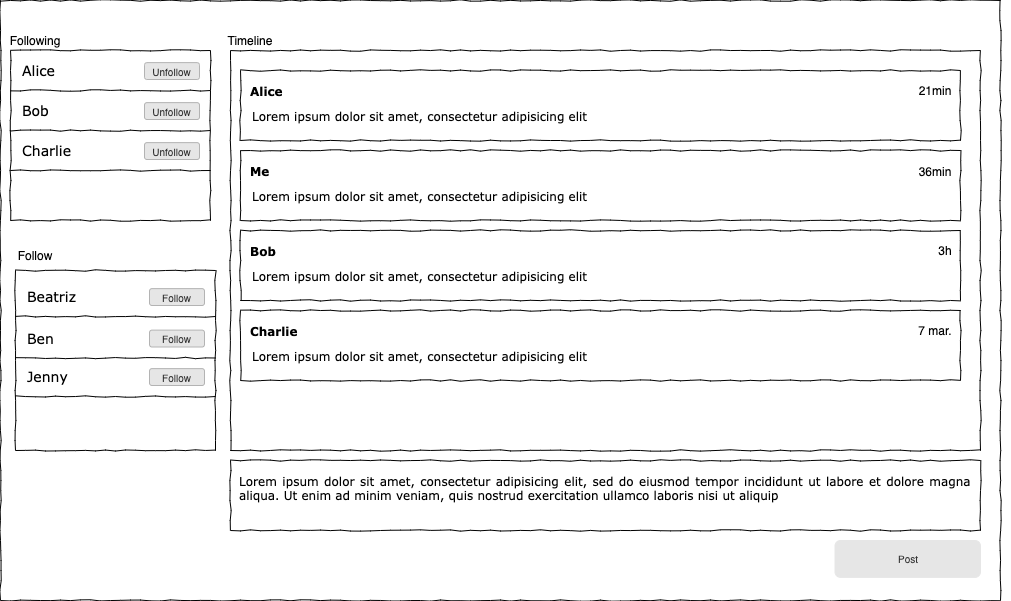
tomirodriguez/firebase-web-twitter keeps this draw.io diagram as resources/wireframe.png. Above is the earlier version. Source tidied: cells renumbered, new cells last; positions are measured from the earlier drawing's top-left corner, leaving out a move shared by most shapes.
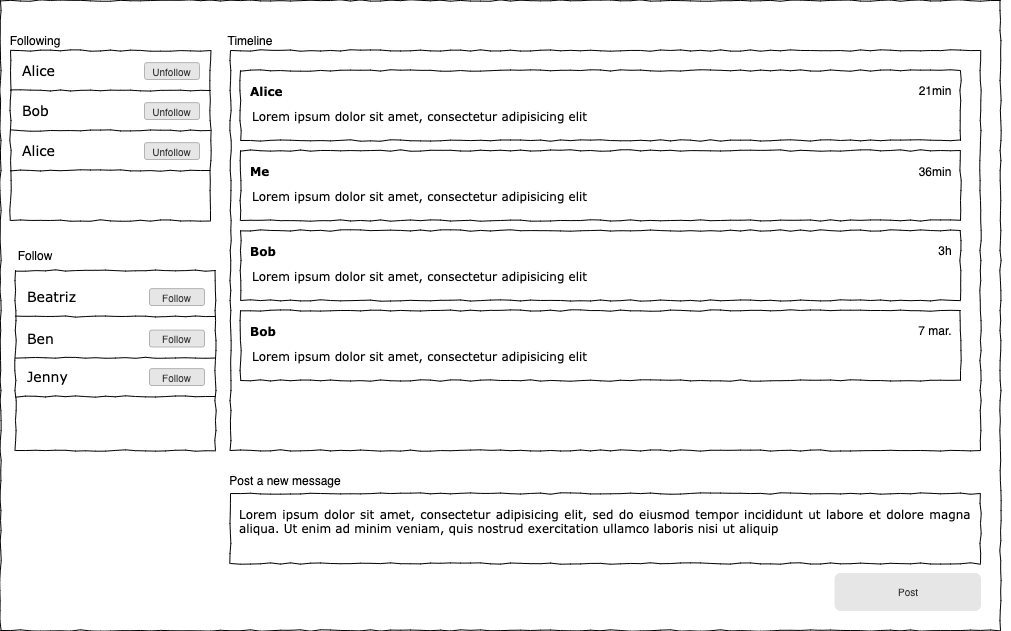
Above is the later version.

Change to the diagram source:
```diff
@@ -3,13 +3,13 @@
     <mxCell id="0" />
     <mxCell id="1" parent="0" />
     <mxCell id="2" style="whiteSpace=wrap;html=1;rounded=0;shadow=0;labelBackgroundColor=none;strokeColor=#000000;strokeWidth=1;fillColor=none;fontFamily=Verdana;fontSize=12;fontColor=#000000;align=center;comic=1;" parent="1" vertex="1">
-      <mxGeometry width="1000" height="600" as="geometry" />
+      <mxGeometry width="1000" height="630" as="geometry" />
     </mxCell>
     <mxCell id="3" style="whiteSpace=wrap;html=1;rounded=0;shadow=0;labelBackgroundColor=none;strokeWidth=1;fillColor=none;fontFamily=Verdana;fontSize=12;align=center;comic=1;" parent="1" vertex="1">
       <mxGeometry x="10" y="50" width="200" height="170" as="geometry" />
     </mxCell>
     <mxCell id="4" value="&lt;div style=&quot;text-align: justify&quot;&gt;&lt;span&gt;Lorem ipsum dolor sit amet, consectetur adipisicing elit, sed do eiusmod tempor incididunt ut labore et dolore magna aliqua. Ut enim ad minim veniam, quis nostrud exercitation ullamco laboris nisi ut aliquip&amp;nbsp;&lt;br&gt;&lt;/span&gt;&lt;/div&gt;" style="whiteSpace=wrap;html=1;rounded=0;shadow=0;labelBackgroundColor=none;strokeWidth=1;fillColor=none;fontFamily=Verdana;fontSize=12;align=center;verticalAlign=top;spacing=10;comic=1;" parent="1" vertex="1">
-      <mxGeometry x="230" y="460" width="750" height="70" as="geometry" />
+      <mxGeometry x="230" y="493" width="750" height="70" as="geometry" />
     </mxCell>
     <mxCell id="5" style="whiteSpace=wrap;html=1;rounded=0;shadow=0;labelBackgroundColor=none;strokeWidth=1;fillColor=none;fontFamily=Verdana;fontSize=12;align=center;comic=1;" parent="1" vertex="1">
       <mxGeometry x="230" y="50" width="750" height="400" as="geometry" />
@@ -30,7 +30,7 @@
       <mxGeometry x="230" y="30" width="40" height="20" as="geometry" />
     </mxCell>
     <mxCell id="11" value="Post" style="rounded=1;html=1;shadow=0;dashed=0;whiteSpace=wrap;fontSize=10;fillColor=#E6E6E6;align=center;strokeColor=#E6E6E6;fontColor=#333333;" parent="1" vertex="1">
-      <mxGeometry x="834.5" y="540" width="145.5" height="36.9" as="geometry" />
+      <mxGeometry x="834.5" y="573" width="145.5" height="36.9" as="geometry" />
     </mxCell>
     <mxCell id="12" value="&lt;div&gt;&lt;b&gt;Alice&lt;/b&gt;&amp;nbsp;&lt;br&gt;&lt;/div&gt;" style="whiteSpace=wrap;html=1;rounded=0;shadow=0;labelBackgroundColor=none;strokeWidth=1;fillColor=none;fontFamily=Verdana;fontSize=12;align=left;verticalAlign=top;spacing=10;comic=1;" parent="1" vertex="1">
       <mxGeometry x="240" y="70" width="720" height="70" as="geometry" />
@@ -59,7 +59,7 @@
     <mxCell id="20" value="&lt;span style=&quot;font-family: &amp;#34;verdana&amp;#34;&quot;&gt;Lorem ipsum dolor sit amet, consectetur adipisicing elit&lt;/span&gt;" style="text;html=1;strokeColor=none;fillColor=none;align=left;verticalAlign=middle;whiteSpace=wrap;rounded=0;" parent="1" vertex="1">
       <mxGeometry x="250" y="266" width="500" height="20" as="geometry" />
     </mxCell>
-    <mxCell id="21" value="&lt;div&gt;&lt;b&gt;Charlie&lt;/b&gt;&lt;/div&gt;" style="whiteSpace=wrap;html=1;rounded=0;shadow=0;labelBackgroundColor=none;strokeWidth=1;fillColor=none;fontFamily=Verdana;fontSize=12;align=left;verticalAlign=top;spacing=10;comic=1;" parent="1" vertex="1">
+    <mxCell id="21" value="&lt;div&gt;&lt;b&gt;Bob&lt;/b&gt;&lt;/div&gt;" style="whiteSpace=wrap;html=1;rounded=0;shadow=0;labelBackgroundColor=none;strokeWidth=1;fillColor=none;fontFamily=Verdana;fontSize=12;align=left;verticalAlign=top;spacing=10;comic=1;" parent="1" vertex="1">
       <mxGeometry x="240" y="310" width="720" height="70" as="geometry" />
     </mxCell>
     <mxCell id="22" value="7 mar." style="text;html=1;strokeColor=none;fillColor=none;align=center;verticalAlign=middle;whiteSpace=wrap;rounded=0;" parent="1" vertex="1">
@@ -83,7 +83,7 @@
     <mxCell id="28" style="line;strokeWidth=1;html=1;rounded=0;shadow=0;labelBackgroundColor=none;fillColor=none;fontFamily=Verdana;fontSize=14;fontColor=#000000;align=center;comic=1;" parent="1" vertex="1">
       <mxGeometry x="10" y="125" width="200" height="10" as="geometry" />
     </mxCell>
-    <mxCell id="29" value="Charlie" style="text;html=1;align=left;verticalAlign=top;spacingTop=-4;fontSize=14;fontFamily=Verdana;" parent="1" vertex="1">
+    <mxCell id="29" value="Alice" style="text;html=1;align=left;verticalAlign=top;spacingTop=-4;fontSize=14;fontFamily=Verdana;" parent="1" vertex="1">
       <mxGeometry x="20" y="140" width="170" height="20" as="geometry" />
     </mxCell>
     <mxCell id="30" value="Unfollow" style="rounded=1;html=1;shadow=0;dashed=0;whiteSpace=wrap;fontSize=10;fillColor=#E6E6E6;align=center;strokeColor=#B3B3B3;fontColor=#333333;" parent="1" vertex="1">
@@ -119,5 +119,8 @@
     <mxCell id="40" style="line;strokeWidth=1;html=1;rounded=0;shadow=0;labelBackgroundColor=none;fillColor=none;fontFamily=Verdana;fontSize=14;fontColor=#000000;align=center;comic=1;" parent="1" vertex="1">
       <mxGeometry x="15" y="391" width="200" height="10" as="geometry" />
     </mxCell>
+    <mxCell id="41" value="Post a new message" style="text;html=1;strokeColor=none;fillColor=none;align=center;verticalAlign=middle;whiteSpace=wrap;rounded=0;" parent="1" vertex="1">
+      <mxGeometry x="210" y="470" width="150" height="20" as="geometry" />
+    </mxCell>
   </root>
 </mxGraphModel>
```
